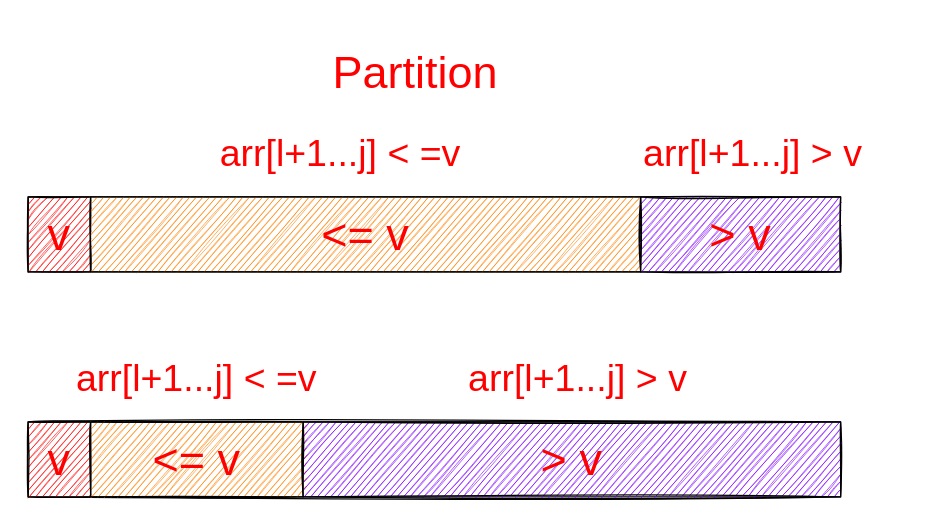
Above: AlgorithmDraw/快速排序不处理V.drawio in X1nSea/imgbed (draw.io), before the change. Source tidied: cells renumbered, new cells numbered last; positions are measured from the earlier drawing's top-left corner, leaving out a move shared by most shapes. Both pictures are drawn from the tidied source at 125%, with x=0, y=0 at pixel (21, 21).
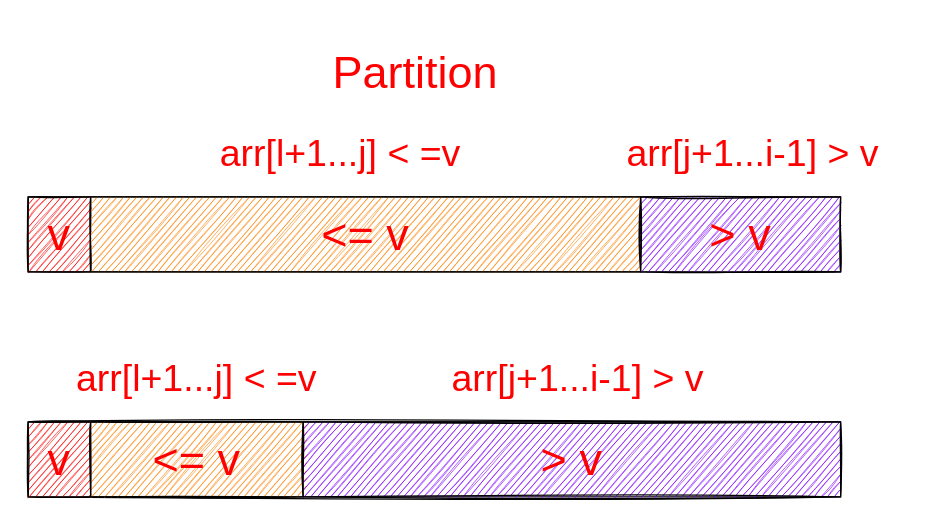
The same page after the edit.

Commit message:
Update 快速排序不处理V.drawio

What changed in the source:
```diff
@@
 <mxGraphModel>
   <root>
     <mxCell id="0" />
     <mxCell id="1" parent="0" />
     <mxCell id="2" style="rounded=0;whiteSpace=wrap;html=1;sketch=1;" parent="1" vertex="1">
       <mxGeometry x="5" y="140" width="650" height="60" as="geometry" />
     </mxCell>
     <mxCell id="3" value="Partition" style="text;html=1;strokeColor=none;fillColor=none;align=center;verticalAlign=middle;whiteSpace=wrap;rounded=0;sketch=1;fontFamily=中国式手写风;fontSize=36;fontColor=#FF0000;" parent="1" vertex="1">
       <mxGeometry x="215" width="200" height="80" as="geometry" />
     </mxCell>
     <mxCell id="4" value="v" style="rounded=0;whiteSpace=wrap;html=1;sketch=1;fontFamily=中国式手写风;fontSize=36;fontColor=#FF0000;fillColor=#FF0000;" parent="1" vertex="1">
       <mxGeometry x="5" y="140" width="50" height="60" as="geometry" />
     </mxCell>
     <mxCell id="5" value="&amp;lt;= v" style="rounded=0;whiteSpace=wrap;html=1;sketch=1;fontFamily=中国式手写风;fontSize=36;fontColor=#FF0000;fillColor=#FF8000;" parent="1" vertex="1">
       <mxGeometry x="55" y="140" width="440" height="60" as="geometry" />
     </mxCell>
     <mxCell id="6" value="&amp;gt; v" style="rounded=0;whiteSpace=wrap;html=1;sketch=1;fontFamily=中国式手写风;fontSize=36;fontColor=#FF0000;fillColor=#7F00FF;" parent="1" vertex="1">
       <mxGeometry x="495" y="140" width="160" height="60" as="geometry" />
     </mxCell>
     <mxCell id="7" value="arr[l+1...j] &amp;lt; =v" style="text;html=1;strokeColor=none;fillColor=none;align=center;verticalAlign=middle;whiteSpace=wrap;rounded=0;sketch=1;fontFamily=中国式手写风;fontSize=30;fontColor=#FF0000;" parent="1" vertex="1">
       <mxGeometry x="115" y="70" width="280" height="70" as="geometry" />
     </mxCell>
-    <mxCell id="8" value="arr[l+1...j] &amp;gt; v" style="text;html=1;strokeColor=none;fillColor=none;align=center;verticalAlign=middle;whiteSpace=wrap;rounded=0;sketch=1;fontFamily=中国式手写风;fontSize=30;fontColor=#FF0000;" parent="1" vertex="1">
+    <mxCell id="8" value="arr[j+1...i-1] &amp;gt; v" style="text;html=1;strokeColor=none;fillColor=none;align=center;verticalAlign=middle;whiteSpace=wrap;rounded=0;sketch=1;fontFamily=中国式手写风;fontSize=30;fontColor=#FF0000;" parent="1" vertex="1">
       <mxGeometry x="445" y="70" width="280" height="70" as="geometry" />
     </mxCell>
     <mxCell id="9" style="rounded=0;whiteSpace=wrap;html=1;sketch=1;" parent="1" vertex="1">
       <mxGeometry x="5" y="320" width="650" height="60" as="geometry" />
     </mxCell>
     <mxCell id="10" value="v" style="rounded=0;whiteSpace=wrap;html=1;sketch=1;fontFamily=中国式手写风;fontSize=36;fontColor=#FF0000;fillColor=#FF0000;" parent="1" vertex="1">
       <mxGeometry x="5" y="320" width="50" height="60" as="geometry" />
     </mxCell>
     <mxCell id="11" value="&amp;lt;= v" style="rounded=0;whiteSpace=wrap;html=1;sketch=1;fontFamily=中国式手写风;fontSize=36;fontColor=#FF0000;fillColor=#FF8000;" parent="1" vertex="1">
       <mxGeometry x="55" y="320" width="170" height="60" as="geometry" />
     </mxCell>
     <mxCell id="12" value="&amp;gt; v" style="rounded=0;whiteSpace=wrap;html=1;sketch=1;fontFamily=中国式手写风;fontSize=36;fontColor=#FF0000;fillColor=#7F00FF;" parent="1" vertex="1">
       <mxGeometry x="225" y="320" width="430" height="60" as="geometry" />
     </mxCell>
     <mxCell id="13" value="arr[l+1...j] &amp;lt; =v" style="text;html=1;strokeColor=none;fillColor=none;align=center;verticalAlign=middle;whiteSpace=wrap;rounded=0;sketch=1;fontFamily=中国式手写风;fontSize=30;fontColor=#FF0000;" parent="1" vertex="1">
       <mxGeometry y="250" width="280" height="70" as="geometry" />
     </mxCell>
-    <mxCell id="14" value="arr[l+1...j] &amp;gt; v" style="text;html=1;strokeColor=none;fillColor=none;align=center;verticalAlign=middle;whiteSpace=wrap;rounded=0;sketch=1;fontFamily=中国式手写风;fontSize=30;fontColor=#FF0000;" parent="1" vertex="1">
+    <mxCell id="14" value="arr[j+1...i-1] &amp;gt; v" style="text;html=1;strokeColor=none;fillColor=none;align=center;verticalAlign=middle;whiteSpace=wrap;rounded=0;sketch=1;fontFamily=中国式手写风;fontSize=30;fontColor=#FF0000;" parent="1" vertex="1">
       <mxGeometry x="305" y="250" width="280" height="70" as="geometry" />
     </mxCell>
   </root>
 </mxGraphModel>
```
